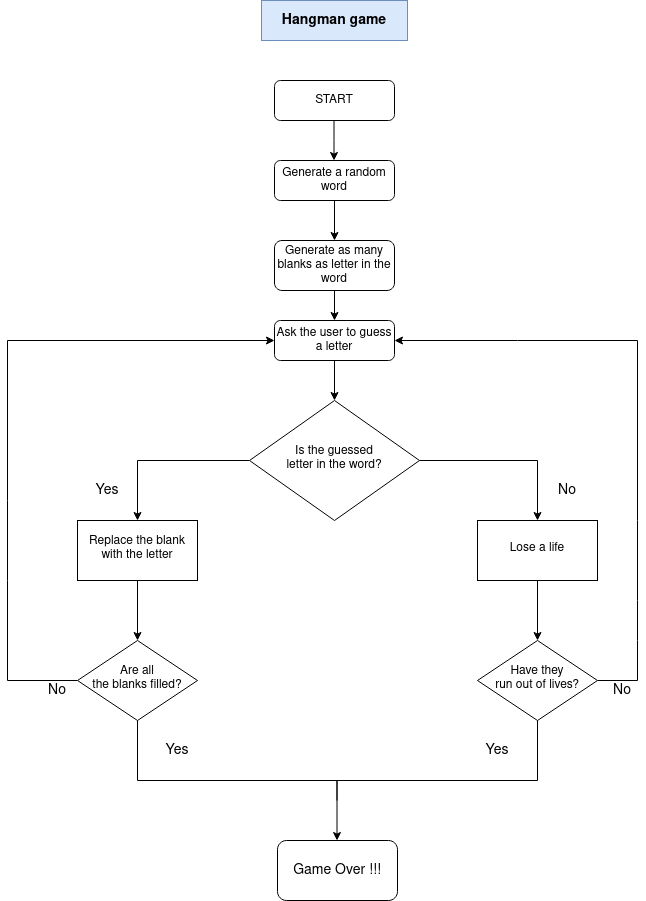
Yucatanwebpages/pythondiagrams keeps this draw.io diagram as hangman.png. Above is the earlier version. Source tidied: cells renumbered, new cells last; positions are measured from the earlier drawing's top-left corner, leaving out a move shared by most shapes.
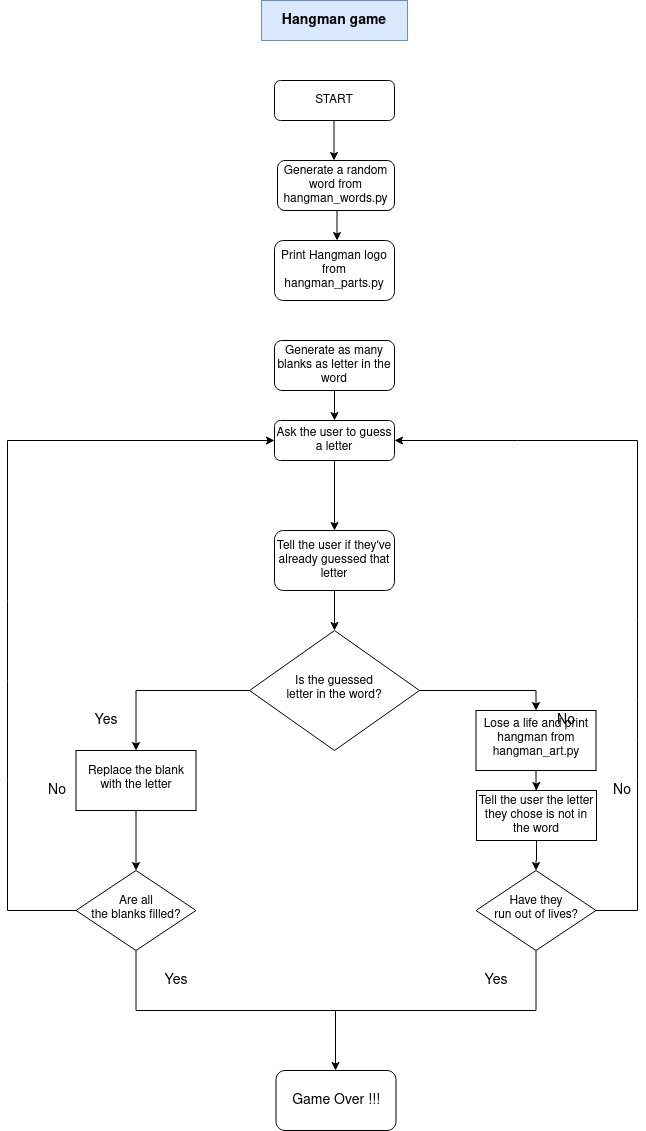
After the commit.

Diff of the diagram source:
```diff
@@ -2,43 +2,40 @@
   <root>
     <mxCell id="0" />
     <mxCell id="1" parent="0" />
-    <mxCell id="2" style="edgeStyle=orthogonalEdgeStyle;rounded=0;jettySize=auto;html=1;fontSize=14;" parent="1" edge="1" source="4" target="11">
-      <mxGeometry relative="1" as="geometry" />
-    </mxCell>
     <mxCell id="3" value="START" style="rounded=1;whiteSpace=wrap;html=1;fontSize=12;glass=0;strokeWidth=1;shadow=0;" parent="1" vertex="1">
       <mxGeometry x="267" y="80" width="120" height="40" as="geometry" />
     </mxCell>
-    <mxCell id="4" value="Generate a random word" style="rounded=1;whiteSpace=wrap;html=1;fontSize=12;glass=0;strokeWidth=1;shadow=0;" parent="1" vertex="1">
-      <mxGeometry x="267" y="160" width="120" height="40" as="geometry" />
+    <mxCell id="4" value="Generate a random word from hangman_words.py" style="rounded=1;whiteSpace=wrap;html=1;fontSize=12;glass=0;strokeWidth=1;shadow=0;" parent="1" vertex="1">
+      <mxGeometry x="270" y="160" width="117" height="50" as="geometry" />
     </mxCell>
     <mxCell id="5" style="edgeStyle=none;rounded=0;jettySize=auto;html=1;fontSize=14;" parent="1" edge="1" source="7" target="15">
       <mxGeometry relative="1" as="geometry">
         <Array as="points">
-          <mxPoint x="530" y="460" />
+          <mxPoint x="528.5" y="690" />
         </Array>
       </mxGeometry>
     </mxCell>
     <mxCell id="6" style="edgeStyle=none;rounded=0;jettySize=auto;html=1;fontSize=14;" parent="1" edge="1" source="7" target="18">
       <mxGeometry relative="1" as="geometry">
         <Array as="points">
-          <mxPoint x="130" y="460" />
+          <mxPoint x="128.5" y="690" />
         </Array>
       </mxGeometry>
     </mxCell>
     <mxCell id="7" value="&lt;div&gt;Is the guessed&lt;/div&gt;&lt;div&gt; letter in the word?&lt;/div&gt;" style="rhombus;whiteSpace=wrap;html=1;shadow=0;fontFamily=Helvetica;fontSize=12;align=center;strokeWidth=1;spacing=6;spacingTop=-4;" parent="1" vertex="1">
-      <mxGeometry x="242" y="400" width="170" height="120" as="geometry" />
+      <mxGeometry x="242" y="630" width="170" height="120" as="geometry" />
     </mxCell>
-    <mxCell id="8" style="edgeStyle=orthogonalEdgeStyle;rounded=0;jettySize=auto;html=1;fontSize=14;" parent="1" edge="1" source="9" target="7">
-      <mxGeometry relative="1" as="geometry" />
-    </mxCell>
+    <mxCell id="32" style="edgeStyle=orthogonalEdgeStyle;rounded=0;jettySize=auto;html=1;" parent="1" edge="1" source="9" target="37">
+      <mxGeometry relative="1" as="geometry" />
+    </mxCell>
     <mxCell id="9" value="Ask the user to guess a letter" style="rounded=1;whiteSpace=wrap;html=1;fontSize=12;glass=0;strokeWidth=1;shadow=0;" parent="1" vertex="1">
-      <mxGeometry x="267" y="320" width="120" height="40" as="geometry" />
+      <mxGeometry x="267" y="420" width="120" height="40" as="geometry" />
     </mxCell>
     <mxCell id="10" style="edgeStyle=orthogonalEdgeStyle;rounded=0;jettySize=auto;html=1;fontSize=14;" parent="1" edge="1" source="11" target="9">
       <mxGeometry relative="1" as="geometry" />
     </mxCell>
     <mxCell id="11" value="Generate as many blanks as letter in the word" style="rounded=1;whiteSpace=wrap;html=1;fontSize=12;glass=0;strokeWidth=1;shadow=0;" parent="1" vertex="1">
-      <mxGeometry x="267" y="240" width="120" height="50" as="geometry" />
+      <mxGeometry x="267" y="340" width="120" height="50" as="geometry" />
     </mxCell>
     <mxCell id="12" value="&lt;b style=&quot;font-size: 14px;&quot;&gt;Hangman game&lt;br style=&quot;font-size: 14px;&quot;&gt;&lt;/b&gt;" style="text;html=1;strokeColor=#6c8ebf;fillColor=#dae8fc;align=center;verticalAlign=middle;whiteSpace=wrap;rounded=0;spacingTop=0;fontSize=14;" parent="1" vertex="1">
       <mxGeometry x="254" width="146" height="40" as="geometry" />
@@ -53,82 +50,105 @@
         </Array>
       </mxGeometry>
     </mxCell>
-    <mxCell id="14" style="edgeStyle=none;rounded=0;jettySize=auto;html=1;fontSize=14;" parent="1" edge="1" source="15" target="23">
-      <mxGeometry relative="1" as="geometry" />
-    </mxCell>
+    <mxCell id="33" style="edgeStyle=orthogonalEdgeStyle;rounded=0;jettySize=auto;html=1;" parent="1" edge="1" source="15" target="39">
+      <mxGeometry relative="1" as="geometry" />
+    </mxCell>
-    <mxCell id="15" value="Lose a life" style="whiteSpace=wrap;html=1;shadow=0;strokeWidth=1;spacing=6;spacingTop=-4;" parent="1" vertex="1">
-      <mxGeometry x="470" y="520" width="120" height="60" as="geometry" />
+    <mxCell id="15" value="Lose a life and print hangman from hangman_art.py" style="whiteSpace=wrap;html=1;shadow=0;strokeWidth=1;spacing=6;spacingTop=-4;" parent="1" vertex="1">
+      <mxGeometry x="468.5" y="710" width="120" height="60" as="geometry" />
     </mxCell>
     <mxCell id="16" value="No" style="text;html=1;strokeColor=none;fillColor=none;align=center;verticalAlign=middle;whiteSpace=wrap;rounded=0;fontSize=14;" parent="1" vertex="1">
-      <mxGeometry x="540" y="480" width="40" height="20" as="geometry" />
+      <mxGeometry x="538.5" y="710" width="40" height="20" as="geometry" />
     </mxCell>
     <mxCell id="17" style="edgeStyle=none;rounded=0;jettySize=auto;html=1;fontSize=14;" parent="1" edge="1" source="18" target="21">
       <mxGeometry relative="1" as="geometry" />
     </mxCell>
     <mxCell id="18" value="Replace the blank with the letter" style="whiteSpace=wrap;html=1;shadow=0;strokeWidth=1;spacing=6;spacingTop=-4;" parent="1" vertex="1">
-      <mxGeometry x="70" y="520" width="120" height="60" as="geometry" />
+      <mxGeometry x="68.5" y="750" width="120" height="60" as="geometry" />
     </mxCell>
     <mxCell id="19" value="Yes" style="text;html=1;strokeColor=none;fillColor=none;align=center;verticalAlign=middle;whiteSpace=wrap;rounded=0;fontSize=14;" parent="1" vertex="1">
-      <mxGeometry x="80" y="480" width="40" height="20" as="geometry" />
+      <mxGeometry x="78.5" y="710" width="40" height="20" as="geometry" />
     </mxCell>
     <mxCell id="20" style="edgeStyle=none;rounded=0;jettySize=auto;html=1;entryX=0;entryY=0.5;entryDx=0;entryDy=0;fontSize=14;" parent="1" edge="1" source="21" target="9">
       <mxGeometry relative="1" as="geometry">
         <Array as="points">
+          <mxPoint y="910" />
+          <mxPoint y="780" />
           <mxPoint y="680" />
-          <mxPoint y="580" />
-          <mxPoint y="500" />
-          <mxPoint y="340" />
+          <mxPoint y="600" />
+          <mxPoint y="440" />
         </Array>
       </mxGeometry>
     </mxCell>
     <mxCell id="21" value="&lt;div&gt;Are all &lt;br&gt;&lt;/div&gt;&lt;div&gt;the blanks filled?&lt;/div&gt;" style="rhombus;whiteSpace=wrap;html=1;shadow=0;strokeWidth=1;spacing=6;spacingTop=-4;" parent="1" vertex="1">
-      <mxGeometry x="70" y="640" width="120" height="80" as="geometry" />
+      <mxGeometry x="68.5" y="870" width="120" height="80" as="geometry" />
     </mxCell>
     <mxCell id="22" style="edgeStyle=none;rounded=0;jettySize=auto;html=1;entryX=1;entryY=0.5;entryDx=0;entryDy=0;fontSize=14;exitX=1;exitY=0.5;exitDx=0;exitDy=0;" parent="1" edge="1" source="23" target="9">
       <mxGeometry relative="1" as="geometry">
         <Array as="points">
-          <mxPoint x="630" y="680" />
-          <mxPoint x="630" y="640" />
-          <mxPoint x="630" y="600" />
-          <mxPoint x="630" y="520" />
-          <mxPoint x="630" y="340" />
-          <mxPoint x="510" y="340" />
+          <mxPoint x="630" y="910" />
+          <mxPoint x="630" y="780" />
+          <mxPoint x="630" y="740" />
+          <mxPoint x="630" y="700" />
+          <mxPoint x="630" y="620" />
+          <mxPoint x="630" y="440" />
+          <mxPoint x="510" y="440" />
         </Array>
       </mxGeometry>
     </mxCell>
     <mxCell id="23" value="&lt;div&gt;Have they&lt;/div&gt;&lt;div&gt; run out of lives?&lt;/div&gt;" style="rhombus;whiteSpace=wrap;html=1;shadow=0;strokeWidth=1;spacing=6;spacingTop=-4;" parent="1" vertex="1">
-      <mxGeometry x="470" y="640" width="120" height="80" as="geometry" />
+      <mxGeometry x="468.5" y="870" width="120" height="80" as="geometry" />
     </mxCell>
     <mxCell id="24" style="edgeStyle=none;rounded=0;orthogonalLoop=1;jettySize=auto;html=1;exitX=1;exitY=1;exitDx=0;exitDy=0;fontSize=14;" parent="1" edge="1" source="21" target="21">
       <mxGeometry relative="1" as="geometry" />
     </mxCell>
     <mxCell id="25" style="shape=partialRectangle;whiteSpace=wrap;html=1;bottom=1;right=1;left=1;top=0;fillColor=none;routingCenterX=-0.5;fontSize=14;" parent="1" vertex="1">
-      <mxGeometry x="130" y="720" width="400" height="60" as="geometry" />
+      <mxGeometry x="128.5" y="950" width="400" height="60" as="geometry" />
     </mxCell>
     <mxCell id="26" value="Game Over !!!" style="rounded=1;whiteSpace=wrap;html=1;fontSize=14;" parent="1" vertex="1">
-      <mxGeometry x="270" y="840" width="120" height="60" as="geometry" />
+      <mxGeometry x="268.5" y="1070" width="120" height="60" as="geometry" />
     </mxCell>
     <mxCell id="27" style="edgeStyle=orthogonalEdgeStyle;rounded=0;orthogonalLoop=1;jettySize=auto;html=1;fontSize=14;" parent="1" edge="1">
       <mxGeometry relative="1" as="geometry">
-        <mxPoint x="329.5" y="800" as="sourcePoint" />
-        <mxPoint x="329.5" y="840" as="targetPoint" />
+        <mxPoint x="328" y="1030" as="sourcePoint" />
+        <mxPoint x="328" y="1070" as="targetPoint" />
         <Array as="points">
-          <mxPoint x="329.5" y="780" />
-          <mxPoint x="329.5" y="780" />
+          <mxPoint x="328" y="1010" />
+          <mxPoint x="328" y="1010" />
         </Array>
       </mxGeometry>
     </mxCell>
     <mxCell id="28" value="No" style="text;html=1;strokeColor=none;fillColor=none;align=center;verticalAlign=middle;whiteSpace=wrap;rounded=0;fontSize=14;" parent="1" vertex="1">
-      <mxGeometry x="30" y="680" width="40" height="20" as="geometry" />
+      <mxGeometry x="30" y="780" width="40" height="20" as="geometry" />
     </mxCell>
     <mxCell id="29" value="No" style="text;html=1;strokeColor=none;fillColor=none;align=center;verticalAlign=middle;whiteSpace=wrap;rounded=0;fontSize=14;" parent="1" vertex="1">
-      <mxGeometry x="600" y="680" width="30" height="20" as="geometry" />
+      <mxGeometry x="600" y="780" width="30" height="20" as="geometry" />
     </mxCell>
     <mxCell id="30" value="Yes" style="text;html=1;strokeColor=none;fillColor=none;align=center;verticalAlign=middle;whiteSpace=wrap;rounded=0;fontSize=14;" parent="1" vertex="1">
-      <mxGeometry x="150" y="740" width="40" height="20" as="geometry" />
+      <mxGeometry x="148.5" y="970" width="40" height="20" as="geometry" />
     </mxCell>
     <mxCell id="31" value="Yes" style="text;html=1;strokeColor=none;fillColor=none;align=center;verticalAlign=middle;whiteSpace=wrap;rounded=0;fontSize=14;" parent="1" vertex="1">
-      <mxGeometry x="470" y="740" width="40" height="20" as="geometry" />
+      <mxGeometry x="468.5" y="970" width="40" height="20" as="geometry" />
     </mxCell>
+    <mxCell id="34" style="edgeStyle=orthogonalEdgeStyle;rounded=0;orthogonalLoop=1;jettySize=auto;html=1;fontSize=14;" parent="1" edge="1">
+      <mxGeometry relative="1" as="geometry">
+        <mxPoint x="329.5" y="210" as="sourcePoint" />
+        <mxPoint x="329.5" y="240" as="targetPoint" />
+      </mxGeometry>
+    </mxCell>
+    <mxCell id="35" value="Print Hangman logo from hangman_parts.py" style="rounded=1;whiteSpace=wrap;html=1;" parent="1" vertex="1">
+      <mxGeometry x="267" y="240" width="120" height="60" as="geometry" />
+    </mxCell>
+    <mxCell id="36" style="edgeStyle=orthogonalEdgeStyle;rounded=0;jettySize=auto;html=1;" parent="1" edge="1" source="37" target="7">
+      <mxGeometry relative="1" as="geometry" />
+    </mxCell>
+    <mxCell id="37" value="Tell the user if they've already guessed that letter" style="whiteSpace=wrap;html=1;rounded=1;shadow=0;strokeWidth=1;glass=0;" parent="1" vertex="1">
+      <mxGeometry x="267" y="530" width="120" height="60" as="geometry" />
+    </mxCell>
+    <mxCell id="38" style="edgeStyle=orthogonalEdgeStyle;rounded=0;jettySize=auto;html=1;" parent="1" edge="1" source="39" target="23">
+      <mxGeometry relative="1" as="geometry" />
+    </mxCell>
+    <mxCell id="39" value="Tell the user the letter they chose is not in the word" style="rounded=0;whiteSpace=wrap;html=1;" parent="1" vertex="1">
+      <mxGeometry x="469" y="790" width="120" height="50" as="geometry" />
+    </mxCell>
   </root>
 </mxGraphModel>
```
